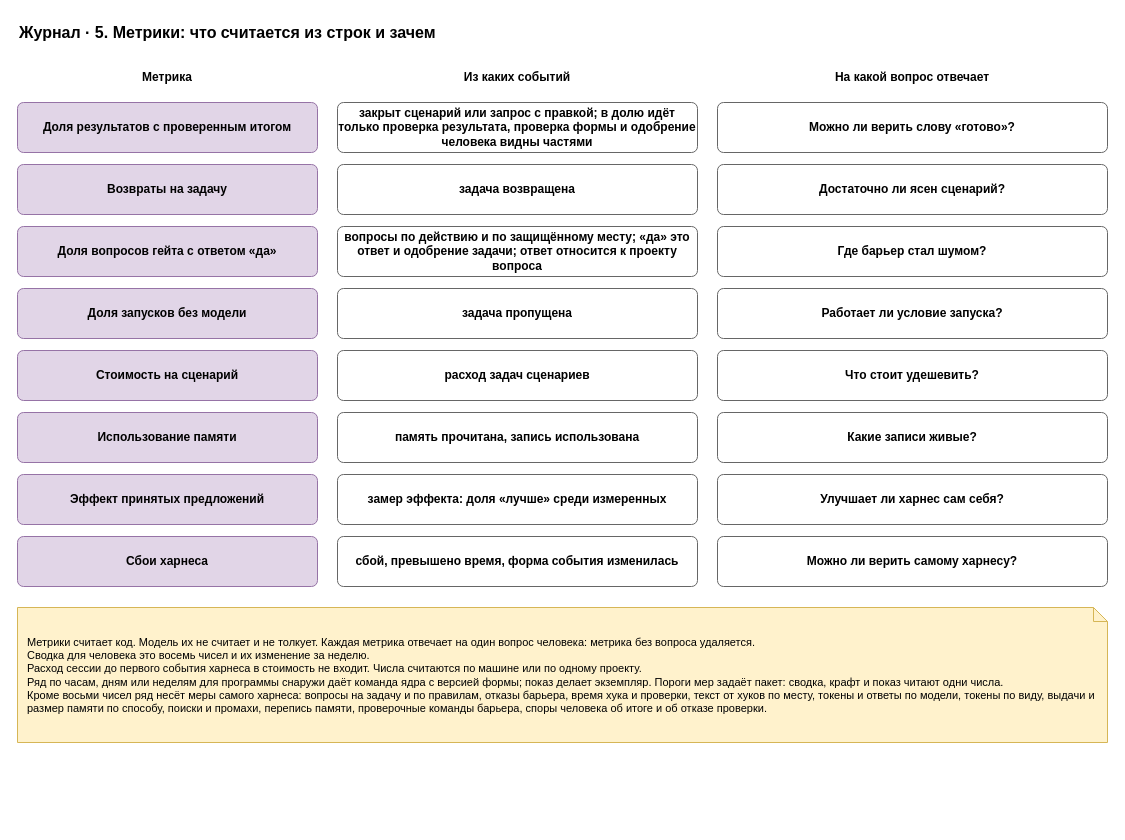
This is page "5. Метрики" (5 of 6) of docs/spec/harness-journal.drawio from roygkov/reins, a draw.io file, before an edit. Source tidied: cells renumbered, new cells numbered last; positions are measured from the earlier drawing's top-left corner, leaving out a move shared by most shapes. Both pictures are drawn from the tidied source at 100%, with x=0, y=0 at pixel (17, 17).
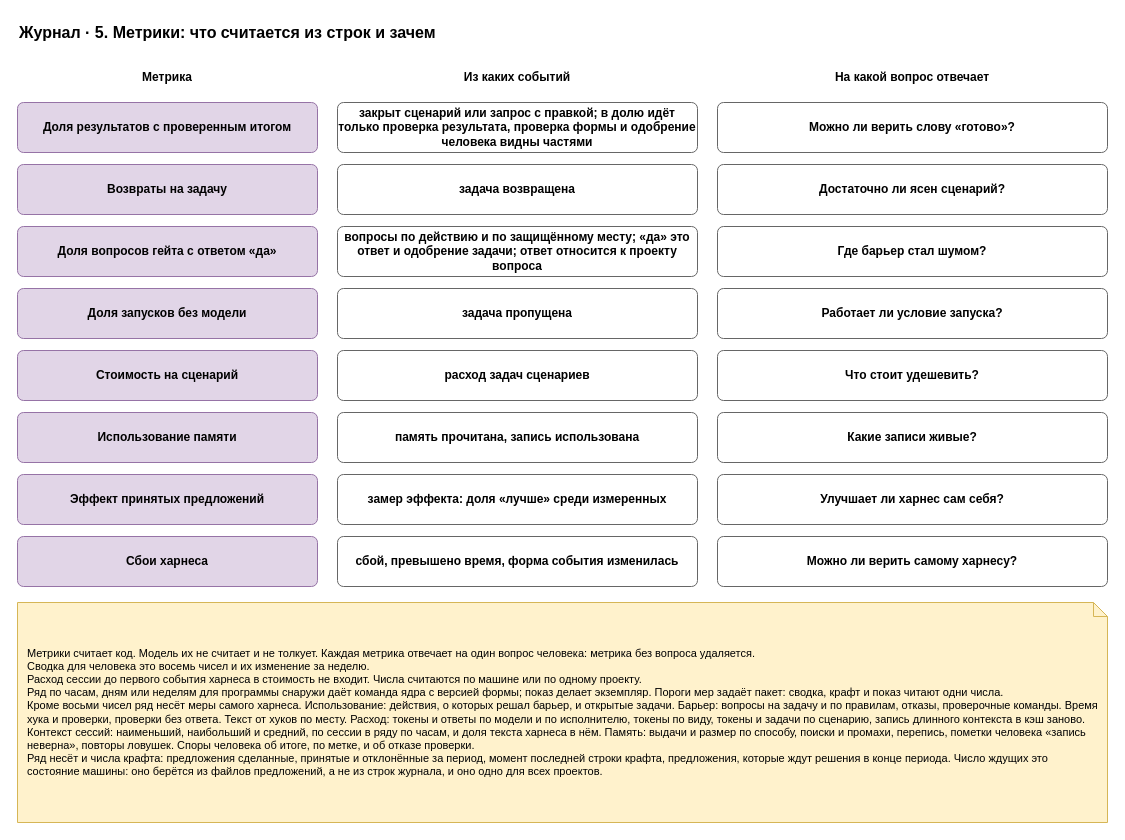
The same page after the edit.

Diff of the diagram source:
```diff
@@
-    <mxCell id="30" value="Метрики считает код. Модель их не считает и не толкует. Каждая метрика отвечает на один вопрос человека: метрика без вопроса удаляется.&lt;br&gt;Сводка для человека это восемь чисел и их изменение за неделю.&lt;br&gt;Расход сессии до первого события харнеса в стоимость не входит. Числа считаются по машине или по одному проекту.&lt;br&gt;Ряд по часам, дням или неделям для программы снаружи даёт команда ядра с версией формы; показ делает экземпляр. Пороги мер задаёт пакет: сводка, крафт и показ читают одни числа.&lt;br&gt;Кроме восьми чисел ряд несёт меры самого харнеса: вопросы на задачу и по правилам, отказы барьера, время хука и проверки, текст от хуков по месту, токены и ответы по модели, токены по виду, выдачи и размер памяти по способу, поиски и промахи, перепись памяти, проверочные команды барьера, споры человека об итоге и об отказе проверки." style="shape=note;whiteSpace=wrap;html=1;backgroundOutline=1;size=14;fillColor=#fff2cc;strokeColor=#d6b656;align=left;spacingLeft=8;spacingRight=8;fontSize=11;" parent="1" vertex="1">
-      <mxGeometry y="590" width="1090" height="135" as="geometry" />
+    <mxCell id="30" value="Метрики считает код. Модель их не считает и не толкует. Каждая метрика отвечает на один вопрос человека: метрика без вопроса удаляется.&lt;br&gt;Сводка для человека это восемь чисел и их изменение за неделю.&lt;br&gt;Расход сессии до первого события харнеса в стоимость не входит. Числа считаются по машине или по одному проекту.&lt;br&gt;Ряд по часам, дням или неделям для программы снаружи даёт команда ядра с версией формы; показ делает экземпляр. Пороги мер задаёт пакет: сводка, крафт и показ читают одни числа.&lt;br&gt;Кроме восьми чисел ряд несёт меры самого харнеса. Использование: действия, о которых решал барьер, и открытые задачи. Барьер: вопросы на задачу и по правилам, отказы, проверочные команды. Время хука и проверки, проверки без ответа. Текст от хуков по месту. Расход: токены и ответы по модели и по исполнителю, токены по виду, токены и задачи по сценарию, запись длинного контекста в кэш заново. Контекст сессий: наименьший, наибольший и средний, по сессии в ряду по часам, и доля текста харнеса в нём. Память: выдачи и размер по способу, поиски и промахи, перепись, пометки человека «запись неверна», повторы ловушек. Споры человека об итоге, по метке, и об отказе проверки.&lt;br&gt;Ряд несёт и числа крафта: предложения сделанные, принятые и отклонённые за период, момент последней строки крафта, предложения, которые ждут решения в конце периода. Число ждущих это состояние машины: оно берётся из файлов предложений, а не из строк журнала, и оно одно для всех проектов." style="shape=note;whiteSpace=wrap;html=1;backgroundOutline=1;size=14;fillColor=#fff2cc;strokeColor=#d6b656;align=left;spacingLeft=8;spacingRight=8;fontSize=11;" parent="1" vertex="1">
+      <mxGeometry y="585" width="1090" height="220" as="geometry" />
     </mxCell>
```
